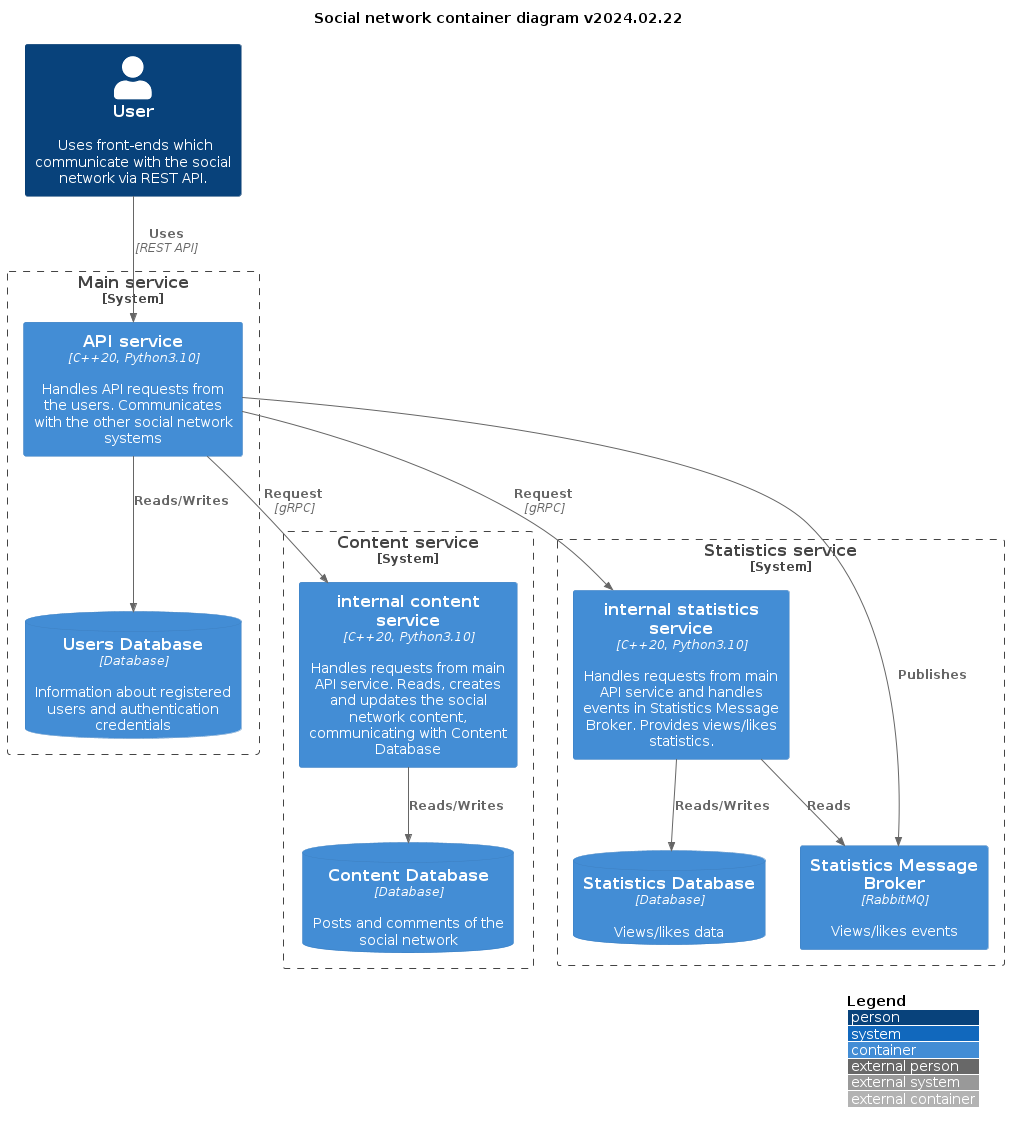
Earlier version of the PlantUML export doc/img/container_diagram.png (Krytog/SOA).
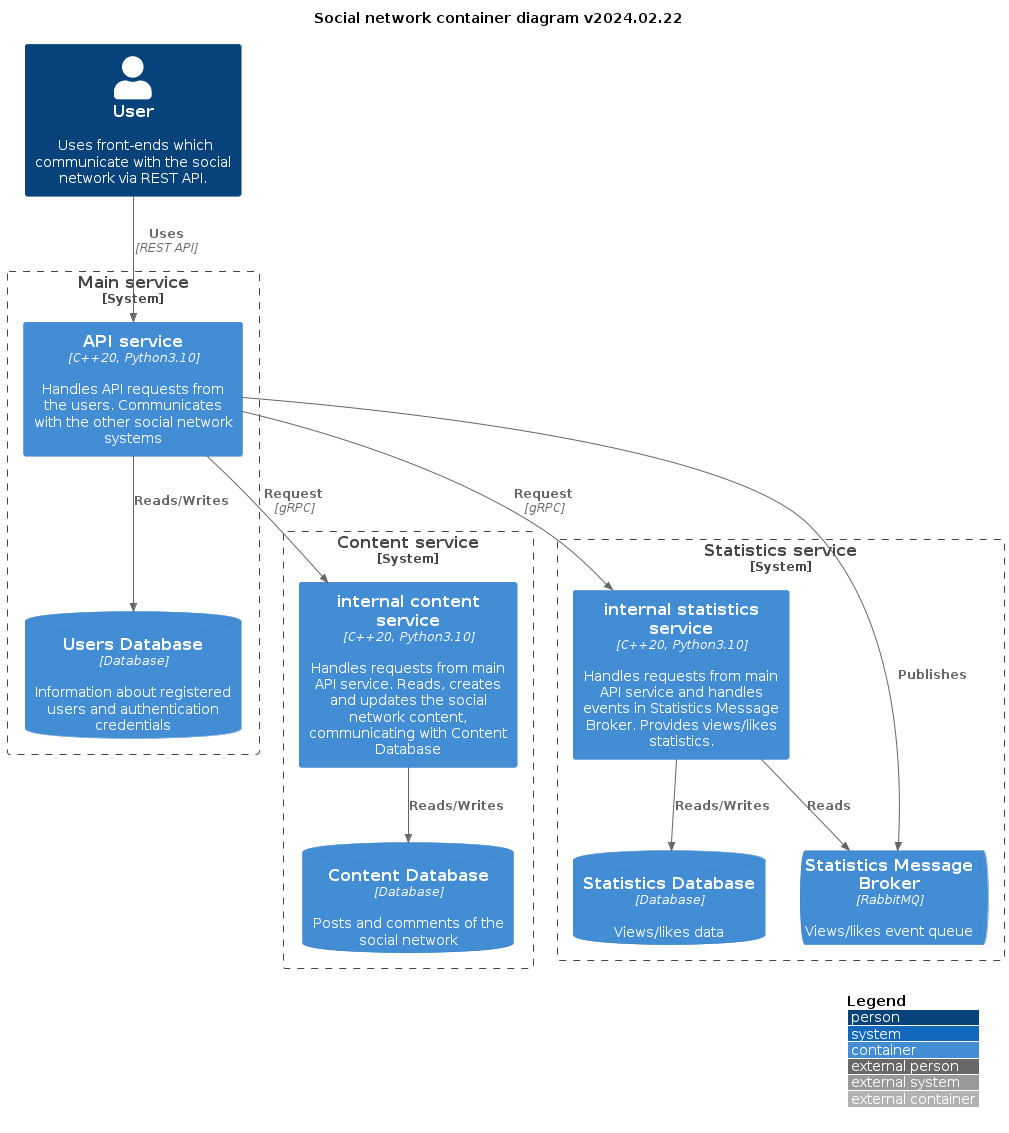
Later version of the same file.

Commit message:
Redraw Statistics Message Broker as a queue

Diff of the diagram source:
```diff
@@ -21,7 +21,7 @@
 }
 
 System_Boundary(statistics_service, "Statistics service") {
-    Container(statistics_service_mb, "Statistics Message Broker", "RabbitMQ", "Views/likes events")
+    ContainerQueue(statistics_service_mb, "Statistics Message Broker", "RabbitMQ", "Views/likes event queue")
     Container(statistics_service_gate, "internal statistics service", "C++20, Python3.10", "Handles requests from main API service and handles events in Statistics Message Broker. Provides views/likes statistics.")
     ContainerDb(statistics_service_db, "Statistics Database", "Database", "Views/likes data")
 }
```
